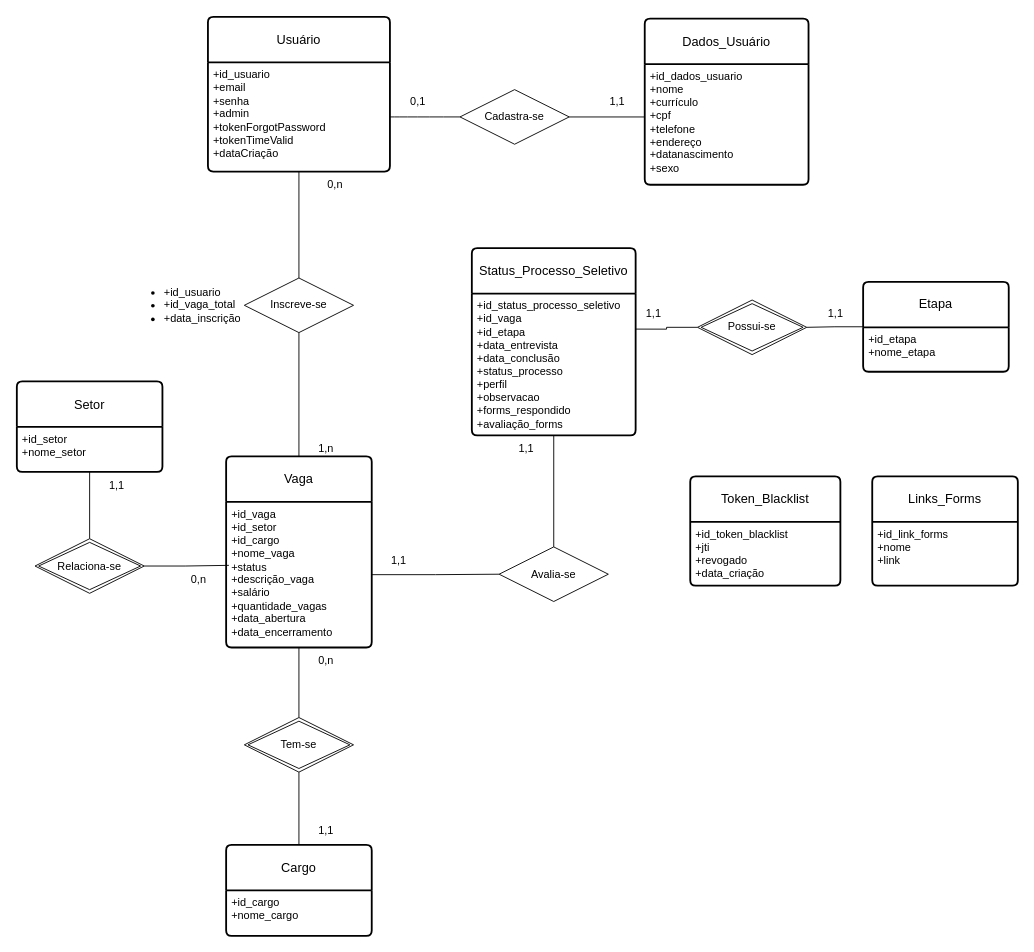
The draw.io diagram Diagrama Modelo Relacional.drawio in ExtraProjects860/Project-Selection-Process-Control, before the edit. Source tidied: cells renumbered, new cells numbered last; positions are measured from the earlier drawing's top-left corner, leaving out a move shared by most shapes. Both pictures are drawn from the tidied source at 91%, with x=0, y=0 at pixel (16, 16).
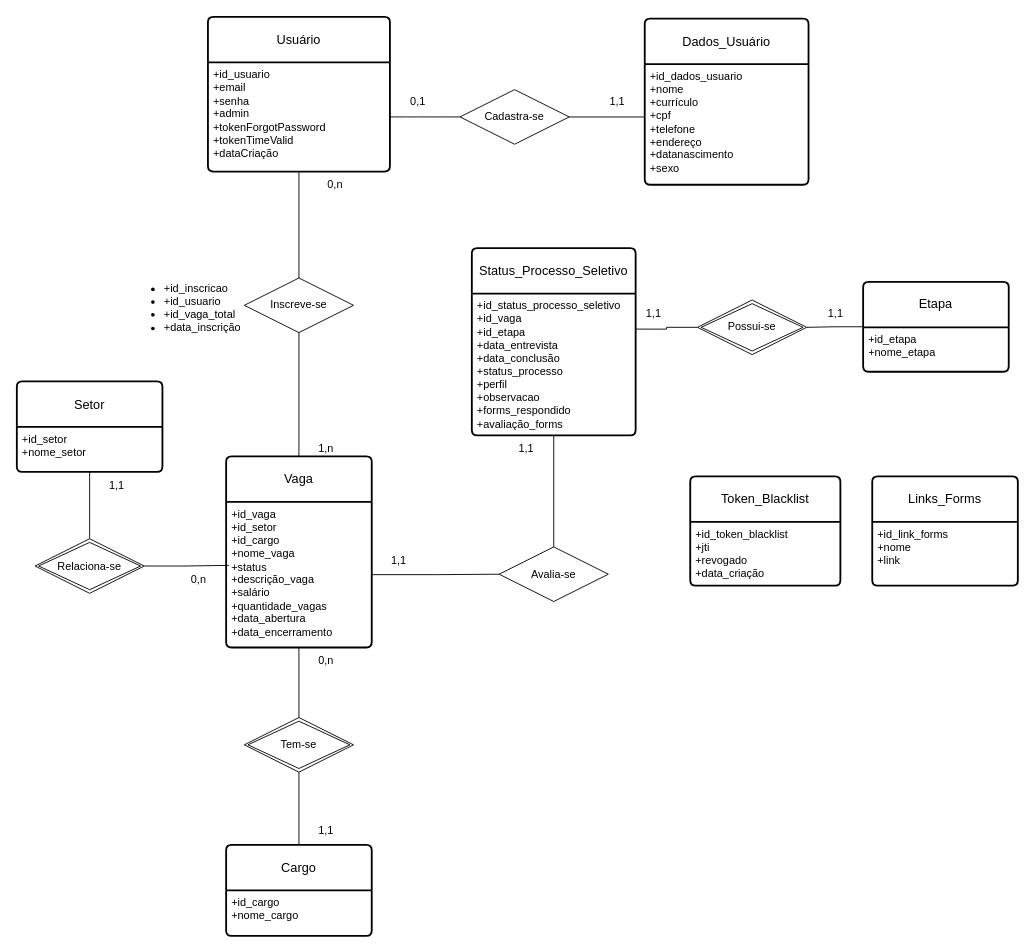
The same diagram, later.

Diff of the diagram source:
```diff
@@
-    <mxCell id="31" value="&lt;ul&gt;&lt;li&gt;&lt;span style=&quot;text-wrap: nowrap;&quot;&gt;+id_usuario&lt;/span&gt;&lt;/li&gt;&lt;li&gt;&lt;span style=&quot;text-wrap: nowrap;&quot;&gt;+id_vaga_total&lt;/span&gt;&lt;/li&gt;&lt;li&gt;&lt;span style=&quot;text-wrap: nowrap;&quot;&gt;+data_inscrição&lt;/span&gt;&lt;/li&gt;&lt;/ul&gt;" style="text;strokeColor=none;fillColor=none;html=1;whiteSpace=wrap;verticalAlign=middle;overflow=hidden;" parent="1" vertex="1">
+    <mxCell id="31" value="&lt;ul&gt;&lt;li&gt;&lt;span style=&quot;text-wrap: nowrap;&quot;&gt;+id_inscricao&lt;/span&gt;&lt;/li&gt;&lt;li&gt;&lt;span style=&quot;text-wrap: nowrap;&quot;&gt;+id_usuario&lt;/span&gt;&lt;/li&gt;&lt;li&gt;&lt;span style=&quot;text-wrap: nowrap;&quot;&gt;+id_vaga_total&lt;/span&gt;&lt;/li&gt;&lt;li&gt;&lt;span style=&quot;text-wrap: nowrap;&quot;&gt;+data_inscrição&lt;/span&gt;&lt;/li&gt;&lt;/ul&gt;" style="text;strokeColor=none;fillColor=none;html=1;whiteSpace=wrap;verticalAlign=middle;overflow=hidden;" parent="1" vertex="1">
       <mxGeometry x="120" y="277" width="130" height="80" as="geometry" />
     </mxCell>
```
